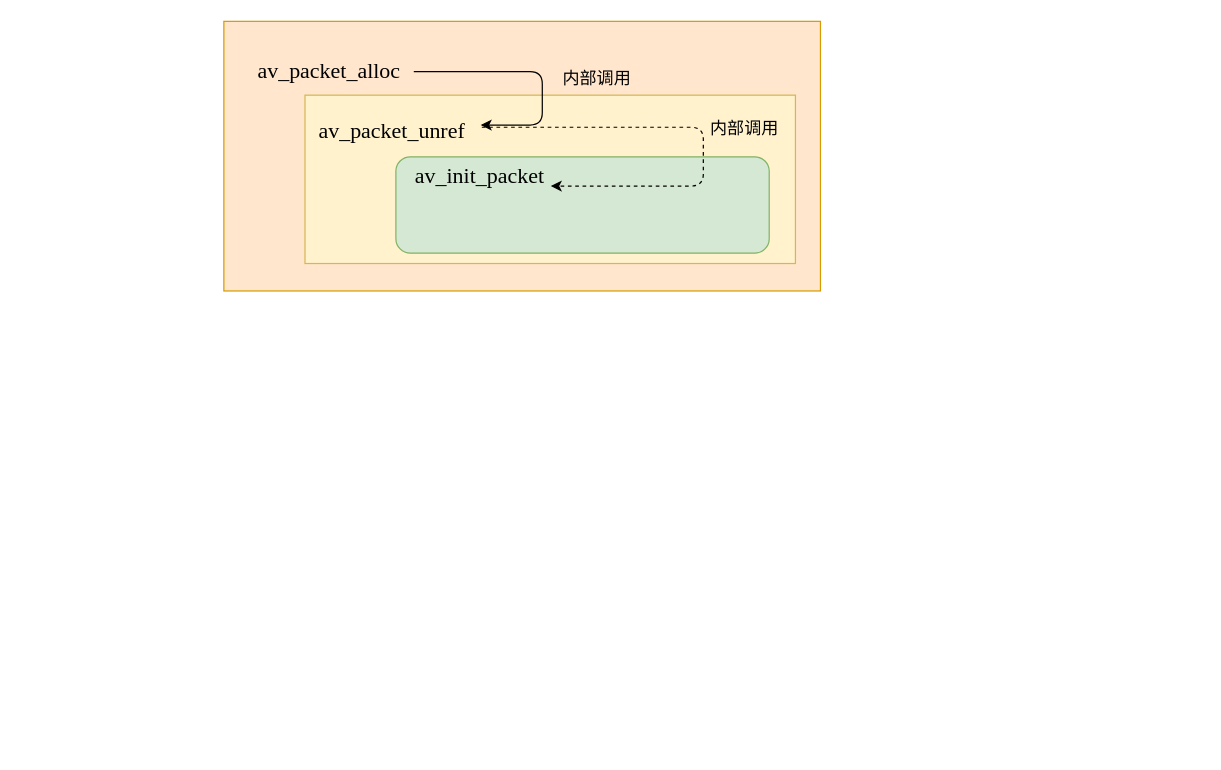
Before: page "音视频学习01" (5 of 5) of docs/workSpacePic/图标.drawio in kenlin-00/kendall-cpp-view, a draw.io diagram. Source tidied: cells renumbered, new cells numbered last; positions are measured from the earlier drawing's top-left corner, leaving out a move shared by most shapes. Both pictures are drawn from the tidied source at 122%, with x=0, y=0 at pixel (223, 21).
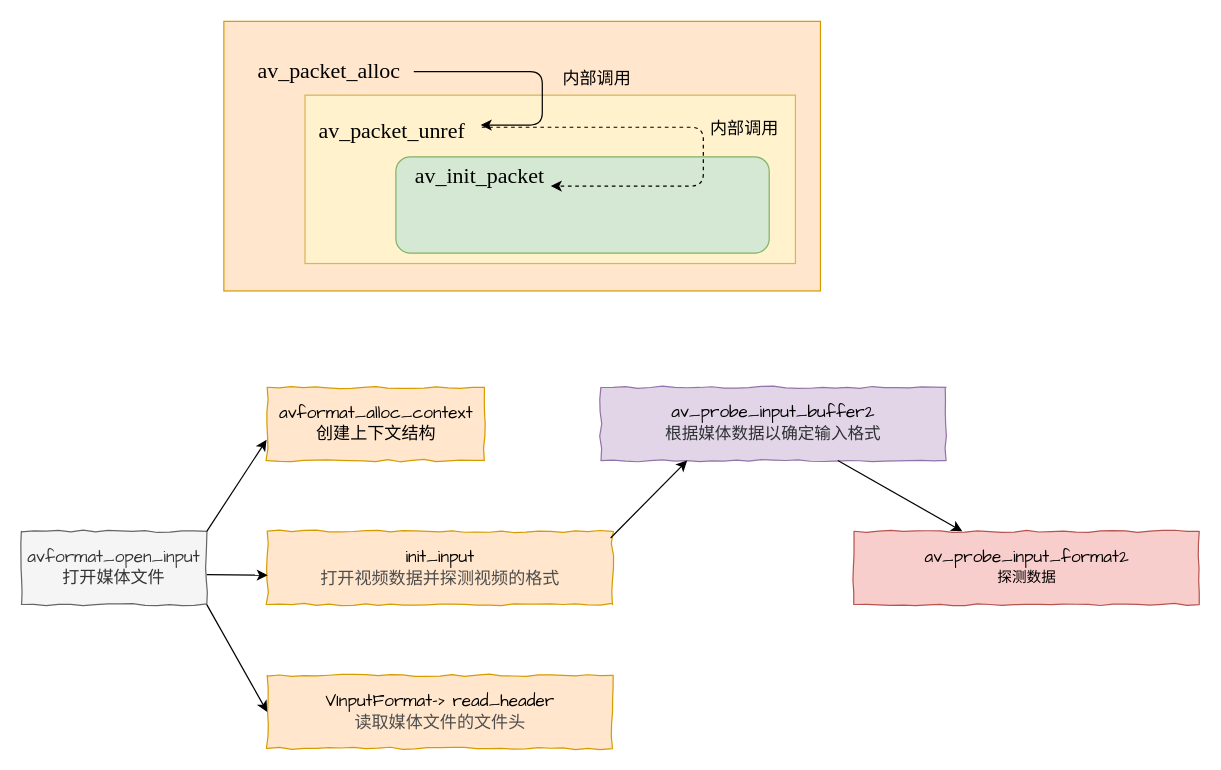
Above is the later version.

Diff of the diagram source:
```diff
@@
+    <mxCell id="12" value="&lt;font style=&quot;font-size: 14px&quot; face=&quot;Comic Sans MS&quot;&gt;avformat_open_input&lt;br&gt;打开媒体文件&lt;br&gt;&lt;/font&gt;" style="rounded=0;whiteSpace=wrap;html=1;fillColor=#f5f5f5;strokeColor=#666666;fontColor=#333333;comic=1;" parent="1" vertex="1">
+      <mxGeometry x="-166" y="418" width="152" height="60" as="geometry" />
+    </mxCell>
+    <mxCell id="13" value="&lt;font face=&quot;Comic Sans MS&quot; style=&quot;font-size: 14px&quot;&gt;avformat_alloc_context 创建上下文结构&lt;/font&gt;" style="rounded=0;whiteSpace=wrap;html=1;fillColor=#ffe6cc;strokeColor=#d79b00;comic=1;" parent="1" vertex="1">
+      <mxGeometry x="35.5" y="300" width="178" height="60" as="geometry" />
+    </mxCell>
+    <mxCell id="14" value="&lt;font style=&quot;font-size: 14px&quot;&gt;&lt;font face=&quot;Comic Sans MS&quot;&gt;init_input&lt;br&gt;&lt;/font&gt;&lt;span style=&quot;color: rgb(77 , 77 , 77)&quot;&gt;打开视频数据并探测视频的格式&lt;/span&gt;&lt;/font&gt;&lt;font face=&quot;Comic Sans MS&quot;&gt;&lt;span style=&quot;font-size: 14px&quot;&gt;&lt;br&gt;&lt;/span&gt;&lt;/font&gt;" style="rounded=0;whiteSpace=wrap;html=1;fillColor=#ffe6cc;strokeColor=#d79b00;comic=1;" parent="1" vertex="1">
+      <mxGeometry x="35.5" y="418" width="283" height="60" as="geometry" />
+    </mxCell>
+    <mxCell id="15" value="&lt;font face=&quot;Comic Sans MS&quot;&gt;&lt;span style=&quot;font-size: 14px&quot;&gt;av_probe_input_buffer2&lt;br&gt;&lt;/span&gt;&lt;/font&gt;&lt;span style=&quot;color: rgb(46 , 48 , 51) ; font-family: &amp;#34;arial&amp;#34; , &amp;#34;microsoft yahei&amp;#34; , , , &amp;#34;malgun gothic&amp;#34; , &amp;#34;meiryo&amp;#34; , sans-serif ; font-size: 13.6px ; line-height: 17.9875px&quot;&gt;根据媒体数据以确定输入格式&lt;/span&gt;&lt;font face=&quot;Comic Sans MS&quot;&gt;&lt;br&gt;&lt;/font&gt;" style="rounded=0;whiteSpace=wrap;html=1;fillColor=#e1d5e7;strokeColor=#9673a6;comic=1;" parent="1" vertex="1">
+      <mxGeometry x="309" y="300" width="283" height="60" as="geometry" />
+    </mxCell>
+    <mxCell id="16" value="&lt;font style=&quot;font-size: 14px&quot;&gt;&lt;font face=&quot;Comic Sans MS&quot;&gt;&lt;font&gt;VInputFormat-&amp;gt; read_header&lt;br&gt;&lt;/font&gt;&lt;/font&gt;&lt;span style=&quot;color: rgb(77 , 77 , 77) ; font-family: , &amp;#34;sf ui text&amp;#34; , &amp;#34;arial&amp;#34; , &amp;#34;pingfang sc&amp;#34; , &amp;#34;hiragino sans gb&amp;#34; , &amp;#34;microsoft yahei&amp;#34; , &amp;#34;wenquanyi micro hei&amp;#34; , sans-serif&quot;&gt;读取媒体文件的文件头&lt;/span&gt;&lt;/font&gt;&lt;font face=&quot;Comic Sans MS&quot;&gt;&lt;br&gt;&lt;/font&gt;" style="rounded=0;whiteSpace=wrap;html=1;fillColor=#ffe6cc;strokeColor=#d79b00;comic=1;" parent="1" vertex="1">
+      <mxGeometry x="35.5" y="536" width="283" height="60" as="geometry" />
+    </mxCell>
+    <mxCell id="17" value="&lt;font face=&quot;Comic Sans MS&quot;&gt;&lt;span style=&quot;font-size: 14px&quot;&gt;av_probe_input_format2&lt;br&gt;&lt;/span&gt;探测数据&lt;br&gt;&lt;/font&gt;" style="rounded=0;whiteSpace=wrap;html=1;fillColor=#f8cecc;strokeColor=#b85450;comic=1;" parent="1" vertex="1">
+      <mxGeometry x="516.5" y="418" width="283" height="60" as="geometry" />
+    </mxCell>
+    <mxCell id="18" style="endArrow=classic;html=1;" parent="1" edge="1">
+      <mxGeometry relative="1" as="geometry">
+        <mxPoint x="-14" y="418" as="sourcePoint" />
+        <mxPoint x="35" y="343" as="targetPoint" />
+      </mxGeometry>
+    </mxCell>
+    <mxCell id="19" style="endArrow=classic;html=1;" parent="1" edge="1">
+      <mxGeometry relative="1" as="geometry">
+        <mxPoint x="-14" y="453.5" as="sourcePoint" />
+        <mxPoint x="36" y="454" as="targetPoint" />
+      </mxGeometry>
+    </mxCell>
+    <mxCell id="20" style="endArrow=classic;html=1;exitX=1;exitY=1.002;exitDx=0;exitDy=0;exitPerimeter=0;entryX=0;entryY=0.5;entryDx=0;entryDy=0;" parent="1" edge="1" source="12" target="16">
+      <mxGeometry relative="1" as="geometry" />
+    </mxCell>
+    <mxCell id="21" style="endArrow=classic;html=1;entryX=0.25;entryY=1;entryDx=0;entryDy=0;" parent="1" edge="1" target="15">
+      <mxGeometry relative="1" as="geometry">
+        <mxPoint x="317" y="423.5" as="sourcePoint" />
+      </mxGeometry>
+    </mxCell>
+    <mxCell id="22" style="endArrow=classic;html=1;" parent="1" edge="1" source="15" target="17">
+      <mxGeometry relative="1" as="geometry" />
+    </mxCell>
```
